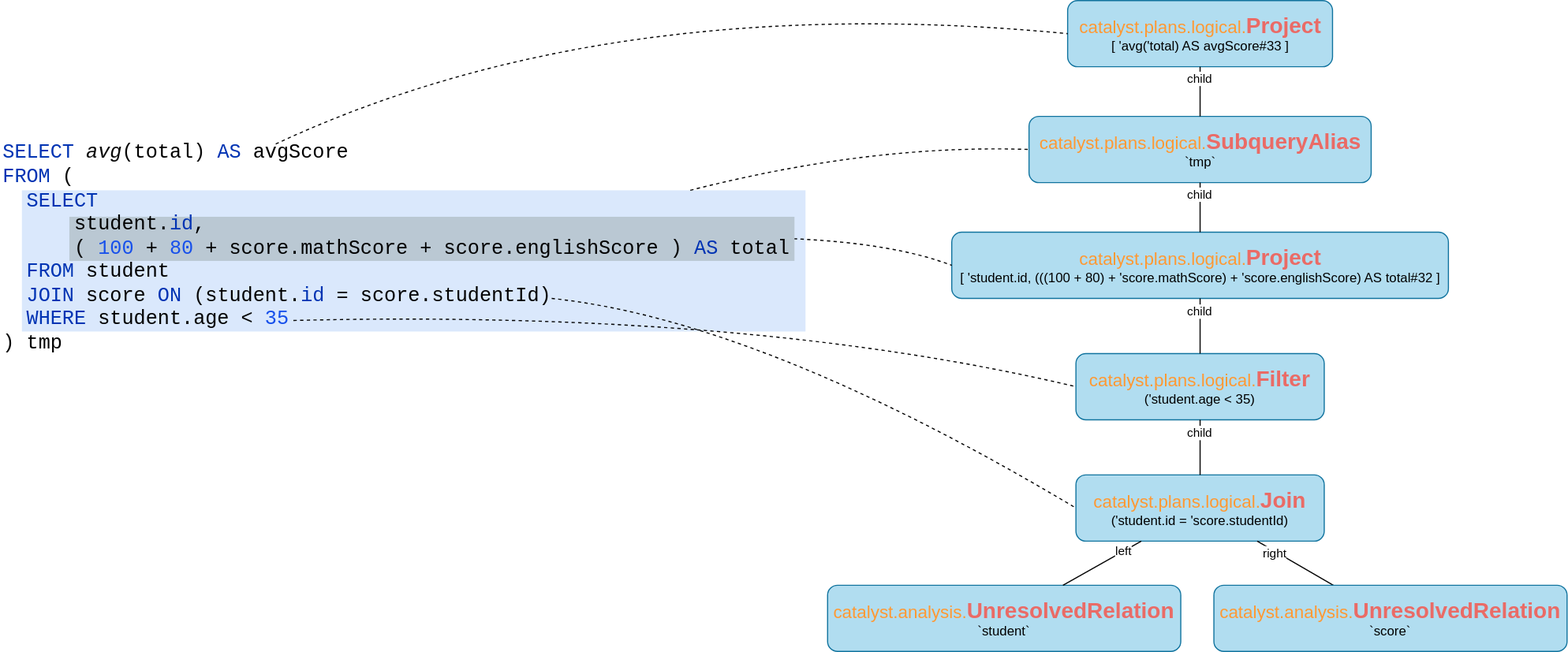
Above: images/spark/sql-catalyst-sample-UnresolvedLogicalPlan.svg in jtLiBrain/jtLiBrain.github.io (draw.io), before the change. Source tidied: cells renumbered, new cells last; positions are measured from the earlier drawing's top-left corner, leaving out a move shared by most shapes.
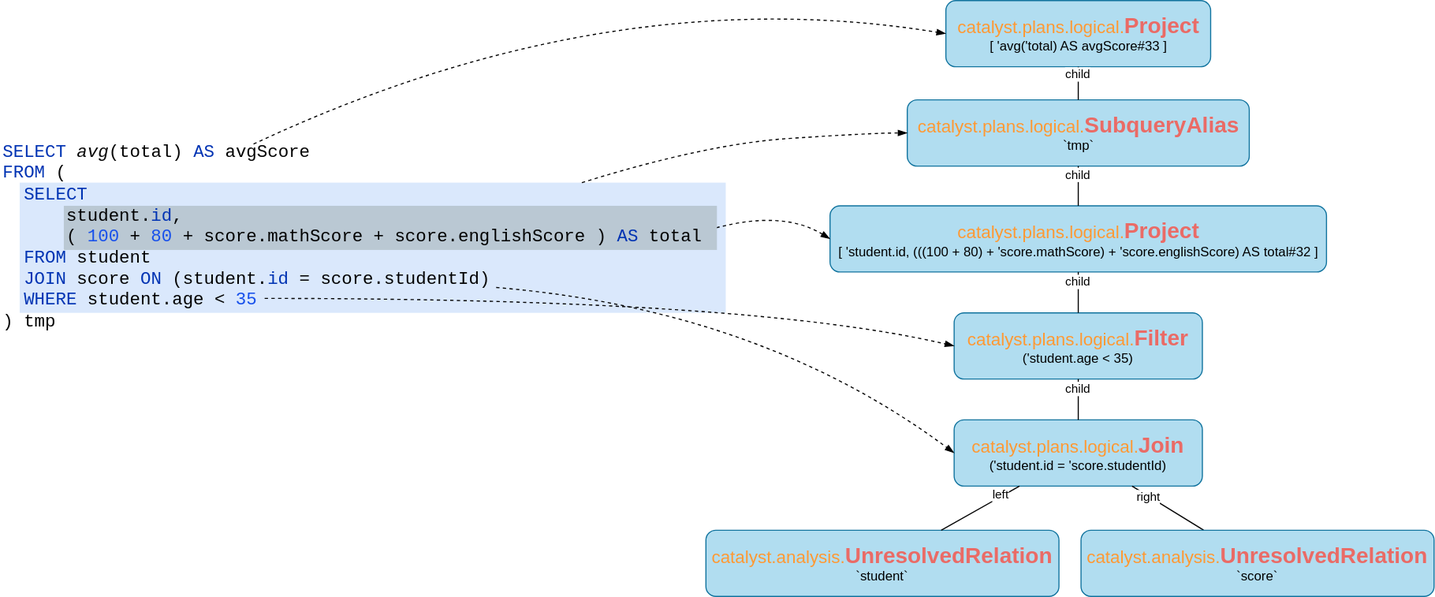
Above is the later version.

Change to the diagram source:
```diff
@@ -3,16 +3,16 @@
     <mxCell id="0" />
     <mxCell id="1" parent="0" />
     <mxCell id="2" style="rounded=0;whiteSpace=wrap;html=1;fillColor=#dae8fc;align=left;strokeColor=none;" parent="1" vertex="1">
-      <mxGeometry x="19" y="182" width="710" height="128" as="geometry" />
+      <mxGeometry x="17" y="185" width="640" height="118" as="geometry" />
     </mxCell>
     <mxCell id="3" value="&lt;font style=&quot;font-size: 16px&quot; color=&quot;#ff9933&quot;&gt;catalyst.plans.logical.&lt;/font&gt;&lt;b style=&quot;font-size: 20px&quot;&gt;&lt;font color=&quot;#ea6b66&quot; style=&quot;font-size: 20px&quot;&gt;&lt;font style=&quot;font-size: 20px&quot;&gt;Projec&lt;/font&gt;&lt;font style=&quot;font-size: 20px&quot;&gt;t&lt;/font&gt;&lt;/font&gt;&lt;/b&gt;&lt;font color=&quot;#000000&quot;&gt;&lt;br&gt;[ 'avg('total) AS avgScore#33 ]&lt;/font&gt;" style="rounded=1;whiteSpace=wrap;html=1;strokeColor=#10739e;fillColor=#b1ddf0;" parent="1" vertex="1">
-      <mxGeometry x="966.5" y="10" width="240" height="60" as="geometry" />
+      <mxGeometry x="856.5" y="20" width="240" height="60" as="geometry" />
     </mxCell>
     <mxCell id="4" value="&lt;font style=&quot;font-size: 16px&quot; color=&quot;#ff9933&quot;&gt;catalyst.plans.logical.&lt;/font&gt;&lt;font color=&quot;#ea6b66&quot;&gt;&lt;span style=&quot;font-size: 20px&quot;&gt;&lt;b&gt;SubqueryAlias&lt;/b&gt;&lt;/span&gt;&lt;/font&gt;&lt;br&gt;&lt;font color=&quot;#000000&quot;&gt;`tmp`&lt;/font&gt;" style="rounded=1;whiteSpace=wrap;html=1;strokeColor=#10739e;fillColor=#b1ddf0;" parent="1" vertex="1">
-      <mxGeometry x="931.5" y="115" width="310" height="60" as="geometry" />
+      <mxGeometry x="821.5" y="110" width="310" height="60" as="geometry" />
     </mxCell>
     <mxCell id="5" value="&lt;font style=&quot;font-size: 16px&quot; color=&quot;#ff9933&quot;&gt;catalyst.plans.logical.&lt;/font&gt;&lt;b style=&quot;font-size: 20px&quot;&gt;&lt;font color=&quot;#ea6b66&quot; style=&quot;font-size: 20px&quot;&gt;&lt;font style=&quot;font-size: 20px&quot;&gt;Projec&lt;/font&gt;&lt;font style=&quot;font-size: 20px&quot;&gt;t&lt;/font&gt;&lt;/font&gt;&lt;/b&gt;&lt;font color=&quot;#000000&quot;&gt;&lt;br&gt;[ 'student.id, (((100 + 80) + 'score.mathScore) + 'score.englishScore) AS total#32 ]&lt;/font&gt;" style="rounded=1;whiteSpace=wrap;html=1;strokeColor=#10739e;fillColor=#b1ddf0;" parent="1" vertex="1">
-      <mxGeometry x="861.5" y="220" width="450" height="60" as="geometry" />
+      <mxGeometry x="751.5" y="206" width="450" height="60" as="geometry" />
     </mxCell>
     <mxCell id="6" style="endArrow=none;html=1;" parent="1" edge="1" source="4" target="3">
       <mxGeometry relative="1" as="geometry" />
@@ -27,7 +27,7 @@
       <mxGeometry x="0.53" y="1" relative="1" as="geometry" />
     </mxCell>
     <mxCell id="10" value="&lt;font style=&quot;font-size: 16px&quot; color=&quot;#ff9933&quot;&gt;catalyst.plans.logical.&lt;/font&gt;&lt;font style=&quot;font-size: 20px&quot; color=&quot;#ea6b66&quot;&gt;&lt;b&gt;Filter&lt;/b&gt;&lt;/font&gt;&lt;font color=&quot;#000000&quot;&gt;&lt;br&gt;('student.age &amp;lt; 35)&lt;br&gt;&lt;/font&gt;" style="rounded=1;whiteSpace=wrap;html=1;strokeColor=#10739e;fillColor=#b1ddf0;" parent="1" vertex="1">
-      <mxGeometry x="974" y="330" width="225" height="60" as="geometry" />
+      <mxGeometry x="864" y="303" width="225" height="60" as="geometry" />
     </mxCell>
     <mxCell id="11" style="endArrow=none;html=1;" parent="1" edge="1" source="10" target="5">
       <mxGeometry relative="1" as="geometry" />
@@ -36,7 +36,7 @@
       <mxGeometry x="0.53" y="1" relative="1" as="geometry" />
     </mxCell>
     <mxCell id="13" value="&lt;font style=&quot;font-size: 16px&quot; color=&quot;#ff9933&quot;&gt;catalyst.plans.logical.&lt;/font&gt;&lt;font style=&quot;font-size: 20px&quot; color=&quot;#ea6b66&quot;&gt;&lt;b&gt;Join&lt;/b&gt;&lt;/font&gt;&lt;font color=&quot;#000000&quot;&gt;&lt;br&gt;('student.id = 'score.studentId)&lt;br&gt;&lt;/font&gt;" style="rounded=1;whiteSpace=wrap;html=1;strokeColor=#10739e;fillColor=#b1ddf0;" parent="1" vertex="1">
-      <mxGeometry x="974" y="440" width="225" height="60" as="geometry" />
+      <mxGeometry x="864" y="400" width="225" height="60" as="geometry" />
     </mxCell>
     <mxCell id="14" style="endArrow=none;html=1;" parent="1" edge="1" source="13" target="10">
       <mxGeometry relative="1" as="geometry" />
@@ -45,7 +45,7 @@
       <mxGeometry x="0.53" y="1" relative="1" as="geometry" />
     </mxCell>
     <mxCell id="16" value="&lt;font color=&quot;#ff9933&quot;&gt;&lt;span style=&quot;font-size: 16px&quot;&gt;catalyst.analysis.&lt;/span&gt;&lt;/font&gt;&lt;font color=&quot;#ea6b66&quot;&gt;&lt;span style=&quot;font-size: 20px&quot;&gt;&lt;b&gt;UnresolvedRelation&lt;/b&gt;&lt;/span&gt;&lt;/font&gt;&lt;br&gt;&lt;font color=&quot;#000000&quot;&gt;`student`&lt;/font&gt;" style="rounded=1;whiteSpace=wrap;html=1;strokeColor=#10739e;fillColor=#b1ddf0;" parent="1" vertex="1">
-      <mxGeometry x="749" y="540" width="320" height="60" as="geometry" />
+      <mxGeometry x="639" y="500" width="320" height="60" as="geometry" />
     </mxCell>
     <mxCell id="17" style="endArrow=none;html=1;" parent="1" edge="1" source="16" target="13">
       <mxGeometry relative="1" as="geometry" />
@@ -60,49 +60,48 @@
       <mxGeometry x="0.53" y="1" relative="1" as="geometry" />
     </mxCell>
     <mxCell id="21" value="&lt;font color=&quot;#ff9933&quot;&gt;&lt;span style=&quot;font-size: 16px&quot;&gt;catalyst.analysis.&lt;/span&gt;&lt;/font&gt;&lt;font color=&quot;#ea6b66&quot;&gt;&lt;span style=&quot;font-size: 20px&quot;&gt;&lt;b&gt;UnresolvedRelation&lt;/b&gt;&lt;/span&gt;&lt;/font&gt;&lt;br&gt;&lt;font color=&quot;#000000&quot;&gt;`score`&lt;/font&gt;" style="rounded=1;whiteSpace=wrap;html=1;strokeColor=#10739e;fillColor=#b1ddf0;" parent="1" vertex="1">
-      <mxGeometry x="1099" y="540" width="320" height="60" as="geometry" />
+      <mxGeometry x="979" y="500" width="320" height="60" as="geometry" />
     </mxCell>
-    <mxCell id="22" style="curved=1;endArrow=none;html=1;endFill=0;dashed=1;entryX=0;entryY=0.5;entryDx=0;entryDy=0;" parent="1" edge="1" target="3">
+    <mxCell id="22" style="curved=1;endArrow=blockThin;html=1;endFill=1;dashed=1;entryX=0;entryY=0.5;entryDx=0;entryDy=0;exitX=0.432;exitY=0.053;exitDx=0;exitDy=0;exitPerimeter=0;" parent="1" edge="1" source="28" target="3">
       <mxGeometry relative="1" as="geometry">
-        <mxPoint x="249" y="140" as="sourcePoint" />
         <Array as="points">
           <mxPoint x="549" />
         </Array>
       </mxGeometry>
     </mxCell>
-    <mxCell id="23" style="curved=1;endArrow=none;html=1;endFill=0;dashed=1;entryX=0;entryY=0.5;entryDx=0;entryDy=0;startSize=6;spacingBottom=0;spacingLeft=0;" parent="1" edge="1" source="2" target="4">
+    <mxCell id="23" style="curved=1;endArrow=blockThin;html=1;endFill=1;dashed=1;entryX=0;entryY=0.5;entryDx=0;entryDy=0;startSize=6;spacingBottom=0;spacingLeft=0;" parent="1" edge="1" source="2" target="4">
       <mxGeometry relative="1" as="geometry">
         <Array as="points">
+          <mxPoint x="639" y="150" />
           <mxPoint x="789" y="140" />
         </Array>
       </mxGeometry>
     </mxCell>
-    <mxCell id="24" style="curved=1;endArrow=none;html=1;endFill=0;dashed=1;entryX=0;entryY=0.5;entryDx=0;entryDy=0;startSize=6;spacingBottom=0;spacingLeft=0;exitX=0.999;exitY=0.498;exitDx=0;exitDy=0;exitPerimeter=0;" parent="1" edge="1" source="27" target="5">
+    <mxCell id="24" style="curved=1;endArrow=blockThin;html=1;endFill=1;dashed=1;entryX=0;entryY=0.5;entryDx=0;entryDy=0;startSize=6;spacingBottom=0;spacingLeft=0;exitX=0.999;exitY=0.498;exitDx=0;exitDy=0;exitPerimeter=0;" parent="1" edge="1" source="27" target="5">
       <mxGeometry relative="1" as="geometry">
         <Array as="points">
-          <mxPoint x="809" y="230" />
+          <mxPoint x="709" y="210" />
         </Array>
       </mxGeometry>
     </mxCell>
-    <mxCell id="25" style="curved=1;endArrow=none;html=1;endFill=0;dashed=1;entryX=0;entryY=0.5;entryDx=0;entryDy=0;startSize=6;spacingBottom=0;spacingLeft=0;exitX=0.5;exitY=0.842;exitDx=0;exitDy=0;exitPerimeter=0;" parent="1" edge="1" source="28" target="10">
+    <mxCell id="25" style="curved=1;endArrow=blockThin;html=1;endFill=1;dashed=1;entryX=0;entryY=0.5;entryDx=0;entryDy=0;startSize=6;spacingBottom=0;spacingLeft=0;exitX=0.451;exitY=0.789;exitDx=0;exitDy=0;exitPerimeter=0;" parent="1" edge="1" source="28" target="10">
       <mxGeometry relative="1" as="geometry">
         <Array as="points">
           <mxPoint x="679" y="290" />
         </Array>
       </mxGeometry>
     </mxCell>
-    <mxCell id="26" style="curved=1;endArrow=none;html=1;endFill=0;dashed=1;entryX=0;entryY=0.5;entryDx=0;entryDy=0;startSize=6;spacingBottom=0;spacingLeft=0;" parent="1" edge="1" target="13">
+    <mxCell id="26" style="curved=1;endArrow=blockThin;html=1;endFill=1;dashed=1;entryX=0;entryY=0.5;entryDx=0;entryDy=0;startSize=6;spacingBottom=0;spacingLeft=0;exitX=0.847;exitY=0.737;exitDx=0;exitDy=0;exitPerimeter=0;" parent="1" edge="1" source="28" target="13">
       <mxGeometry relative="1" as="geometry">
-        <mxPoint x="499" y="280" as="sourcePoint" />
         <Array as="points">
           <mxPoint x="689" y="300" />
         </Array>
       </mxGeometry>
     </mxCell>
     <mxCell id="27" style="rounded=0;whiteSpace=wrap;html=1;fillColor=#bac8d3;align=left;strokeColor=none;" parent="1" vertex="1">
-      <mxGeometry x="62" y="206" width="657" height="40" as="geometry" />
+      <mxGeometry x="57" y="206" width="592" height="40" as="geometry" />
     </mxCell>
-    <mxCell id="28" value="&lt;pre style=&quot;color: rgb(8 , 8 , 8) ; font-family: &amp;#34;jetbrains mono&amp;#34; , monospace ; font-size: 18px&quot;&gt;&lt;span style=&quot;color: rgb(0 , 51 , 179)&quot;&gt;SELECT &lt;/span&gt;&lt;span style=&quot;font-style: italic&quot;&gt;avg&lt;/span&gt;(&lt;span style=&quot;color: rgb(0 , 0 , 0)&quot;&gt;total&lt;/span&gt;) &lt;span style=&quot;color: rgb(0 , 51 , 179)&quot;&gt;AS &lt;/span&gt;&lt;span style=&quot;color: rgb(0 , 0 , 0)&quot;&gt;avgScore&lt;br&gt;&lt;/span&gt;&lt;span style=&quot;color: rgb(0 , 51 , 179)&quot;&gt;FROM &lt;/span&gt;(&lt;br&gt;  &lt;span style=&quot;color: rgb(0 , 51 , 179)&quot;&gt;SELECT&lt;br&gt;&lt;/span&gt;&lt;span style=&quot;color: rgb(0 , 51 , 179)&quot;&gt;      &lt;/span&gt;&lt;span style=&quot;color: rgb(0 , 0 , 0)&quot;&gt;student.&lt;/span&gt;&lt;span style=&quot;color: rgb(0 , 51 , 179)&quot;&gt;id&lt;/span&gt;&lt;span style=&quot;color: rgb(0 , 0 , 0)&quot;&gt;,&lt;br&gt;&lt;/span&gt;&lt;span style=&quot;color: rgb(0 , 0 , 0)&quot;&gt;      &lt;/span&gt;( &lt;span style=&quot;color: rgb(23 , 80 , 235)&quot;&gt;100 &lt;/span&gt;&lt;span style=&quot;color: rgb(0 , 0 , 0)&quot;&gt;+ &lt;/span&gt;&lt;span style=&quot;color: rgb(23 , 80 , 235)&quot;&gt;80 &lt;/span&gt;&lt;span style=&quot;color: rgb(0 , 0 , 0)&quot;&gt;+ score.mathScore + score.englishScore &lt;/span&gt;) &lt;span style=&quot;color: rgb(0 , 51 , 179)&quot;&gt;AS &lt;/span&gt;&lt;span style=&quot;color: rgb(0 , 0 , 0)&quot;&gt;total&lt;br&gt;&lt;/span&gt;&lt;span style=&quot;color: rgb(0 , 0 , 0)&quot;&gt;  &lt;/span&gt;&lt;span style=&quot;color: rgb(0 , 51 , 179)&quot;&gt;FROM &lt;/span&gt;&lt;span style=&quot;color: rgb(0 , 0 , 0)&quot;&gt;student&lt;br&gt;&lt;/span&gt;&lt;span style=&quot;color: rgb(0 , 0 , 0)&quot;&gt;  &lt;/span&gt;&lt;span style=&quot;color: rgb(0 , 51 , 179)&quot;&gt;JOIN &lt;/span&gt;&lt;span style=&quot;color: rgb(0 , 0 , 0)&quot;&gt;score &lt;/span&gt;&lt;span style=&quot;color: rgb(0 , 51 , 179)&quot;&gt;ON &lt;/span&gt;(&lt;span style=&quot;color: rgb(0 , 0 , 0)&quot;&gt;student.&lt;/span&gt;&lt;span style=&quot;color: rgb(0 , 51 , 179)&quot;&gt;id &lt;/span&gt;= &lt;span style=&quot;color: rgb(0 , 0 , 0)&quot;&gt;score.studentId&lt;/span&gt;)&lt;br&gt;  &lt;span style=&quot;color: rgb(0 , 51 , 179)&quot;&gt;WHERE &lt;/span&gt;&lt;span style=&quot;color: rgb(0 , 0 , 0)&quot;&gt;student.age &lt;/span&gt;&amp;lt; &lt;span style=&quot;color: rgb(23 , 80 , 235)&quot;&gt;35&lt;br&gt;&lt;/span&gt;) &lt;span style=&quot;color: rgb(0 , 0 , 0)&quot;&gt;tmp&lt;/span&gt;&lt;/pre&gt;" style="rounded=0;whiteSpace=wrap;html=1;fillColor=none;align=left;strokeColor=none;" parent="1" vertex="1">
+    <mxCell id="28" value="&lt;pre style=&quot;color: rgb(8 , 8 , 8) ; font-family: &amp;#34;jetbrains mono&amp;#34; , monospace ; font-size: 16px&quot;&gt;&lt;span style=&quot;color: rgb(0 , 51 , 179)&quot;&gt;SELECT &lt;/span&gt;&lt;span style=&quot;font-style: italic&quot;&gt;avg&lt;/span&gt;(&lt;span style=&quot;color: rgb(0 , 0 , 0)&quot;&gt;total&lt;/span&gt;) &lt;span style=&quot;color: rgb(0 , 51 , 179)&quot;&gt;AS &lt;/span&gt;&lt;span style=&quot;color: rgb(0 , 0 , 0)&quot;&gt;avgScore&lt;br&gt;&lt;/span&gt;&lt;span style=&quot;color: rgb(0 , 51 , 179)&quot;&gt;FROM &lt;/span&gt;(&lt;br&gt;  &lt;span style=&quot;color: rgb(0 , 51 , 179)&quot;&gt;SELECT&lt;br&gt;&lt;/span&gt;&lt;span style=&quot;color: rgb(0 , 51 , 179)&quot;&gt;      &lt;/span&gt;&lt;span style=&quot;color: rgb(0 , 0 , 0)&quot;&gt;student.&lt;/span&gt;&lt;span style=&quot;color: rgb(0 , 51 , 179)&quot;&gt;id&lt;/span&gt;&lt;span style=&quot;color: rgb(0 , 0 , 0)&quot;&gt;,&lt;br&gt;&lt;/span&gt;&lt;span style=&quot;color: rgb(0 , 0 , 0)&quot;&gt;      &lt;/span&gt;( &lt;span style=&quot;color: rgb(23 , 80 , 235)&quot;&gt;100 &lt;/span&gt;&lt;span style=&quot;color: rgb(0 , 0 , 0)&quot;&gt;+ &lt;/span&gt;&lt;span style=&quot;color: rgb(23 , 80 , 235)&quot;&gt;80 &lt;/span&gt;&lt;span style=&quot;color: rgb(0 , 0 , 0)&quot;&gt;+ score.mathScore + score.englishScore &lt;/span&gt;) &lt;span style=&quot;color: rgb(0 , 51 , 179)&quot;&gt;AS &lt;/span&gt;&lt;span style=&quot;color: rgb(0 , 0 , 0)&quot;&gt;total&lt;br&gt;&lt;/span&gt;&lt;span style=&quot;color: rgb(0 , 0 , 0)&quot;&gt;  &lt;/span&gt;&lt;span style=&quot;color: rgb(0 , 51 , 179)&quot;&gt;FROM &lt;/span&gt;&lt;span style=&quot;color: rgb(0 , 0 , 0)&quot;&gt;student&lt;br&gt;&lt;/span&gt;&lt;span style=&quot;color: rgb(0 , 0 , 0)&quot;&gt;  &lt;/span&gt;&lt;span style=&quot;color: rgb(0 , 51 , 179)&quot;&gt;JOIN &lt;/span&gt;&lt;span style=&quot;color: rgb(0 , 0 , 0)&quot;&gt;score &lt;/span&gt;&lt;span style=&quot;color: rgb(0 , 51 , 179)&quot;&gt;ON &lt;/span&gt;(&lt;span style=&quot;color: rgb(0 , 0 , 0)&quot;&gt;student.&lt;/span&gt;&lt;span style=&quot;color: rgb(0 , 51 , 179)&quot;&gt;id &lt;/span&gt;= &lt;span style=&quot;color: rgb(0 , 0 , 0)&quot;&gt;score.studentId&lt;/span&gt;)&lt;br&gt;  &lt;span style=&quot;color: rgb(0 , 51 , 179)&quot;&gt;WHERE &lt;/span&gt;&lt;span style=&quot;color: rgb(0 , 0 , 0)&quot;&gt;student.age &lt;/span&gt;&amp;lt; &lt;span style=&quot;color: rgb(23 , 80 , 235)&quot;&gt;35&lt;br&gt;&lt;/span&gt;) &lt;span style=&quot;color: rgb(0 , 0 , 0)&quot;&gt;tmp&lt;/span&gt;&lt;/pre&gt;" style="rounded=0;whiteSpace=wrap;html=1;fillColor=none;align=left;strokeColor=none;" parent="1" vertex="1">
       <mxGeometry y="140" width="530" height="190" as="geometry" />
     </mxCell>
   </root>
```
